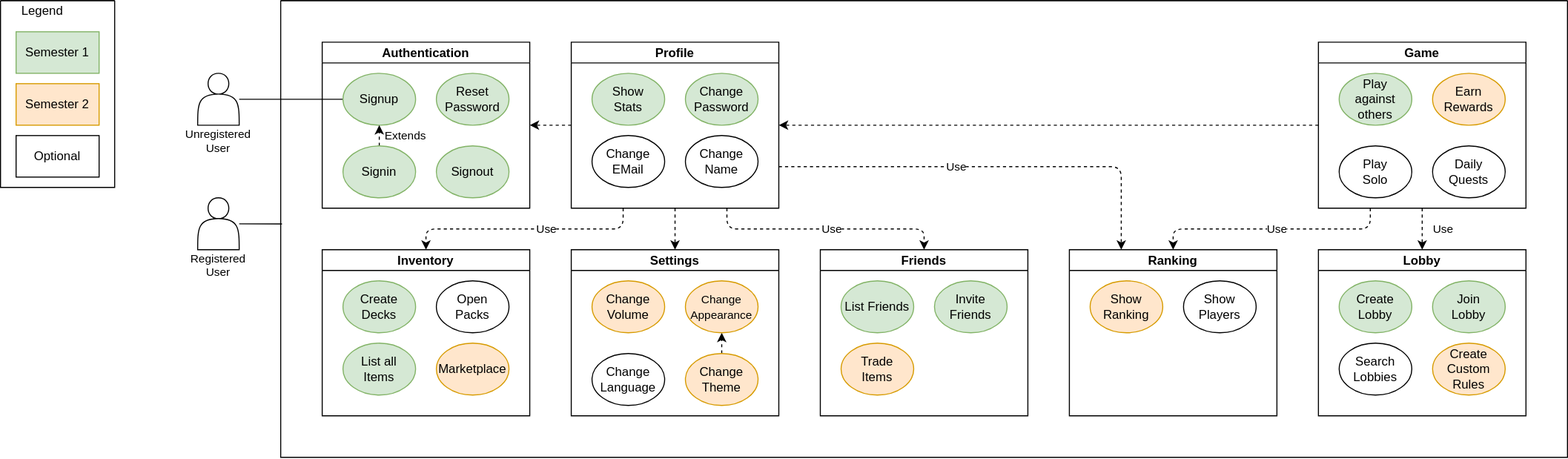
This is diagrams/use_case_diagram.drawio.svg from i3ene/decksterous, a draw.io export, as it was before one commit. Source tidied: cells renumbered, new cells last; positions are measured from the earlier drawing's top-left corner, leaving out a move shared by most shapes.
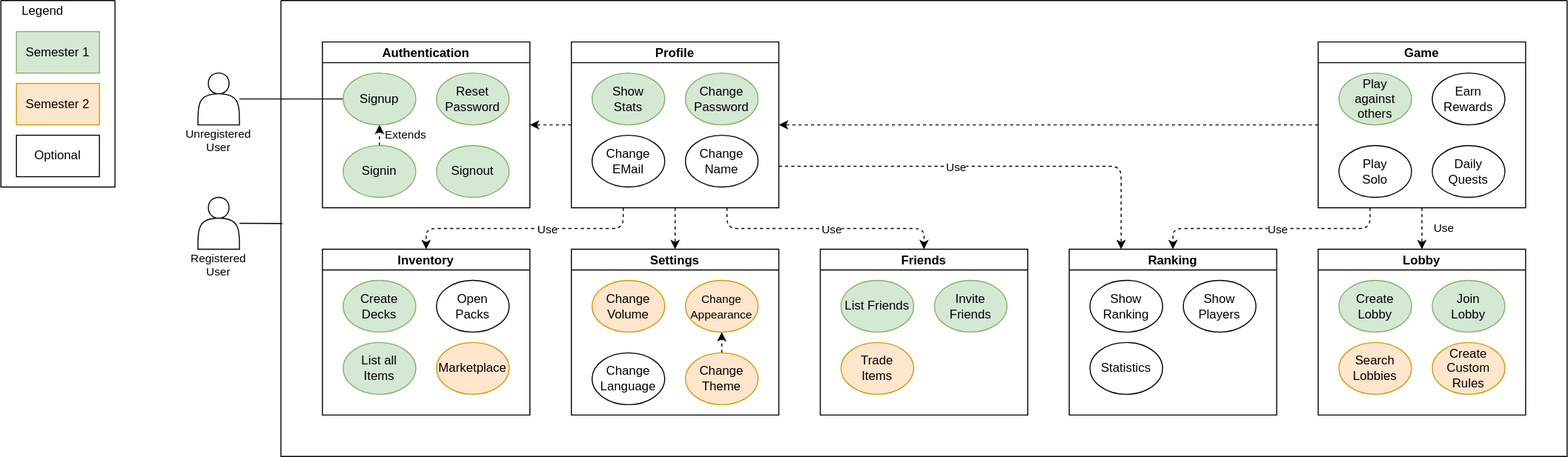
The same file after the commit.

Commit message:
adjusted use case diagram

Diff of the diagram source:
```diff
@@ -82,7 +82,7 @@
     <mxCell id="26" value="Play &lt;br&gt;against&lt;br&gt;others" style="ellipse;whiteSpace=wrap;html=1;fillColor=#d5e8d4;strokeColor=#82b366;" parent="25" vertex="1">
       <mxGeometry x="20" y="30" width="70" height="50" as="geometry" />
     </mxCell>
-    <mxCell id="27" value="Earn Rewards" style="ellipse;whiteSpace=wrap;html=1;fillColor=#ffe6cc;strokeColor=#d79b00;" parent="25" vertex="1">
+    <mxCell id="27" value="Earn Rewards" style="ellipse;whiteSpace=wrap;html=1;fillColor=default;strokeColor=default;" parent="25" vertex="1">
       <mxGeometry x="110" y="30" width="70" height="50" as="geometry" />
     </mxCell>
     <mxCell id="28" value="Play&lt;br&gt;Solo" style="ellipse;whiteSpace=wrap;html=1;" parent="25" vertex="1">
@@ -149,7 +149,7 @@
     <mxCell id="47" value="Create&lt;br&gt;Lobby" style="ellipse;whiteSpace=wrap;html=1;fillColor=#d5e8d4;strokeColor=#82b366;" parent="45" vertex="1">
       <mxGeometry x="20" y="30" width="70" height="50" as="geometry" />
     </mxCell>
-    <mxCell id="48" value="Search&lt;br&gt;Lobbies" style="ellipse;whiteSpace=wrap;html=1;" parent="45" vertex="1">
+    <mxCell id="48" value="Search&lt;br&gt;Lobbies" style="ellipse;whiteSpace=wrap;html=1;fillColor=#ffe6cc;strokeColor=#d79b00;" parent="45" vertex="1">
       <mxGeometry x="20" y="90" width="70" height="50" as="geometry" />
     </mxCell>
     <mxCell id="49" value="Create&lt;br&gt;Custom Rules" style="ellipse;whiteSpace=wrap;html=1;fillColor=#ffe6cc;strokeColor=#d79b00;" parent="45" vertex="1">
@@ -158,12 +158,15 @@
     <mxCell id="50" value="Ranking" style="swimlane;startSize=20;" parent="6" vertex="1">
       <mxGeometry x="760" y="240" width="200" height="160" as="geometry" />
     </mxCell>
-    <mxCell id="51" value="Show&lt;br&gt;Ranking" style="ellipse;whiteSpace=wrap;html=1;fillColor=#ffe6cc;strokeColor=#d79b00;" parent="50" vertex="1">
+    <mxCell id="51" value="Show&lt;br&gt;Ranking" style="ellipse;whiteSpace=wrap;html=1;fillColor=default;strokeColor=default;" parent="50" vertex="1">
       <mxGeometry x="20" y="30" width="70" height="50" as="geometry" />
     </mxCell>
     <mxCell id="52" value="Show Players" style="ellipse;whiteSpace=wrap;html=1;" parent="50" vertex="1">
       <mxGeometry x="110" y="30" width="70" height="50" as="geometry" />
     </mxCell>
+    <mxCell id="64" value="Statistics" style="ellipse;whiteSpace=wrap;html=1;fillColor=default;strokeColor=default;" parent="50" vertex="1">
+      <mxGeometry x="20" y="90" width="70" height="50" as="geometry" />
+    </mxCell>
     <mxCell id="53" style="edgeStyle=orthogonalEdgeStyle;html=1;exitX=0.5;exitY=1;exitDx=0;exitDy=0;entryX=0.5;entryY=0;entryDx=0;entryDy=0;dashed=1;strokeWidth=1;" parent="6" edge="1" source="25" target="45">
       <mxGeometry relative="1" as="geometry" />
     </mxCell>
```
